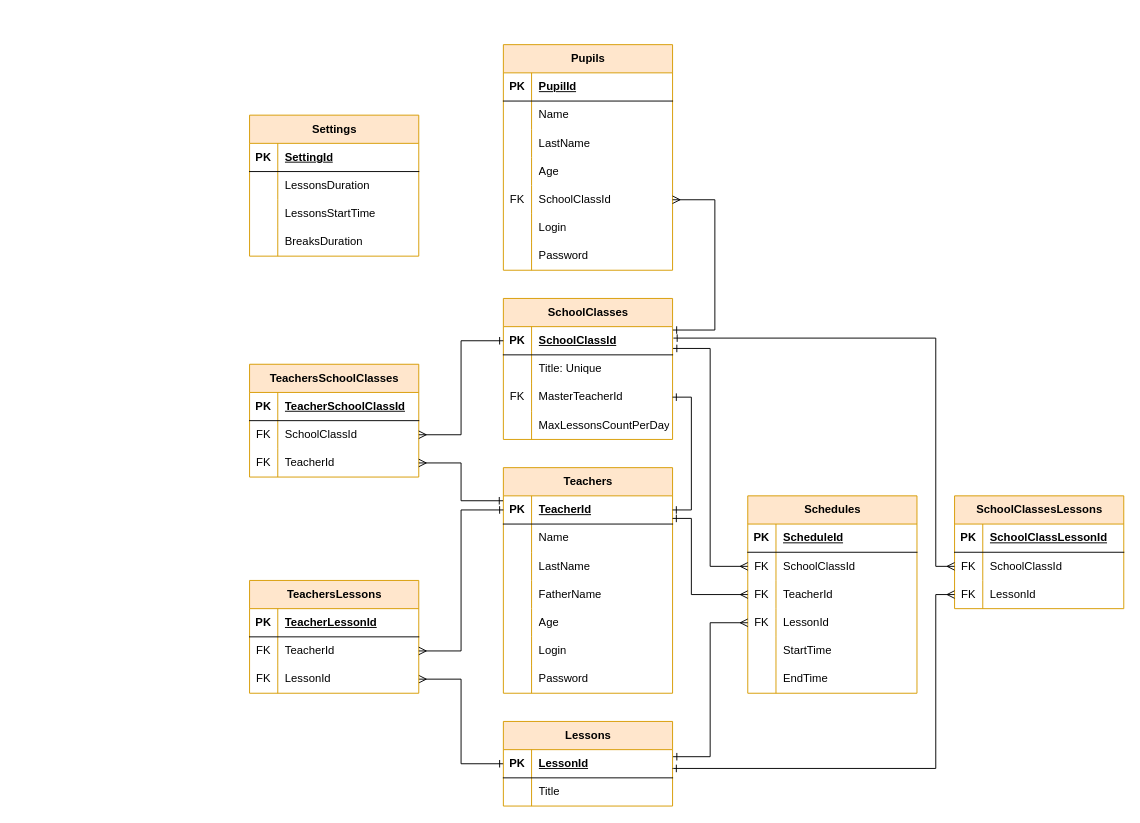
This is ESchedule/Diagrams/ER.drawio from KuleshovNikita/ESchedule, a draw.io file, before an edit. Source tidied: cells renumbered, new cells numbered last; positions are measured from the earlier drawing's top-left corner, leaving out a move shared by most shapes. Both pictures are drawn from the tidied source at 94%, with x=0, y=0 at pixel (249, 44).
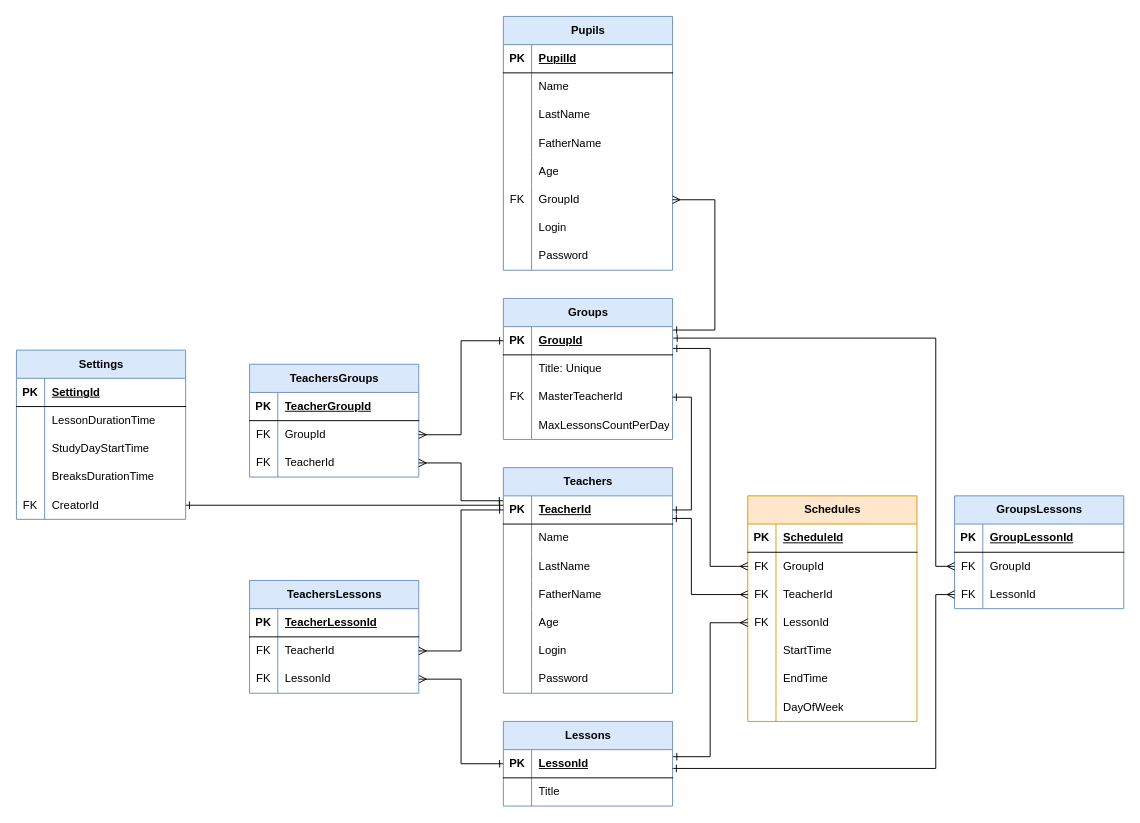
The same diagram, later.

The change refers to these unchanged cells:
```xml
<mxCell id="47" style="shape=tableRow;horizontal=0;startSize=0;swimlaneHead=0;swimlaneBody=0;fillColor=none;points=[[0,0.5],[1,0.5]];portConstraint=eastwest;top=0;left=0;right=0;bottom=1;" parent="46" vertex="1">
  <mxGeometry y="30" width="180" height="30" as="geometry" />
</mxCell>
<mxCell id="84" style="shape=tableRow;horizontal=0;startSize=0;swimlaneHead=0;swimlaneBody=0;fillColor=none;points=[[0,0.5],[1,0.5]];portConstraint=eastwest;top=0;left=0;right=0;bottom=0;" parent="80" vertex="1">
  <mxGeometry y="60" width="180" height="30" as="geometry" />
</mxCell>
<mxCell id="100" style="shape=tableRow;horizontal=0;startSize=0;swimlaneHead=0;swimlaneBody=0;fillColor=none;top=0;left=0;right=0;bottom=1;" parent="99" vertex="1">
  <mxGeometry y="30" width="180" height="30" as="geometry" />
</mxCell>
<mxCell id="103" style="shape=tableRow;horizontal=0;startSize=0;swimlaneHead=0;swimlaneBody=0;fillColor=none;points=[[0,0.5],[1,0.5]];portConstraint=eastwest;top=0;left=0;right=0;bottom=0;" parent="99" vertex="1">
  <mxGeometry y="60" width="180" height="30" as="geometry" />
</mxCell>
<mxCell id="112" style="shape=tableRow;horizontal=0;startSize=0;swimlaneHead=0;swimlaneBody=0;fillColor=none;top=0;left=0;right=0;bottom=1;" parent="111" vertex="1">
  <mxGeometry y="30" width="180" height="30" as="geometry" />
</mxCell>
<mxCell id="115" style="shape=tableRow;horizontal=0;startSize=0;swimlaneHead=0;swimlaneBody=0;fillColor=none;points=[[0,0.5],[1,0.5]];portConstraint=eastwest;top=0;left=0;right=0;bottom=0;" parent="111" vertex="1">
  <mxGeometry y="60" width="180" height="30" as="geometry" />
</mxCell>
<mxCell id="127" style="shape=tableRow;horizontal=0;startSize=0;swimlaneHead=0;swimlaneBody=0;fillColor=none;top=0;left=0;right=0;bottom=0;" parent="123" vertex="1">
  <mxGeometry y="60" width="180" height="30" as="geometry" />
</mxCell>
<mxCell id="130" style="shape=tableRow;horizontal=0;startSize=0;swimlaneHead=0;swimlaneBody=0;fillColor=none;top=0;left=0;right=0;bottom=0;" parent="123" vertex="1">
  <mxGeometry y="90" width="180" height="30" as="geometry" />
</mxCell>
<mxCell id="133" style="shape=tableRow;horizontal=0;startSize=0;swimlaneHead=0;swimlaneBody=0;fillColor=none;top=0;left=0;right=0;bottom=0;" parent="123" vertex="1">
  <mxGeometry y="120" width="180" height="30" as="geometry" />
</mxCell>
```

Change to the diagram source:
```diff
@@
-    <mxCell id="2" value="Pupils" style="shape=table;startSize=30;childLayout=tableLayout;rowLines=0;fontStyle=1;align=center;html=1;fillColor=#ffe6cc;strokeColor=#d79b00;" parent="1" vertex="1">
-      <mxGeometry x="270" width="180" height="240" as="geometry" />
+    <mxCell id="2" value="Pupils" style="shape=table;startSize=30;childLayout=tableLayout;rowLines=0;fontStyle=1;align=center;html=1;fillColor=#dae8fc;strokeColor=#6c8ebf;" parent="1" vertex="1">
+      <mxGeometry x="270" y="-30" width="180" height="270" as="geometry" />
     </mxCell>
@@
+    <mxCell id="139" style="shape=tableRow;horizontal=0;startSize=0;swimlaneHead=0;swimlaneBody=0;fillColor=none;top=0;left=0;right=0;bottom=0;" parent="2" vertex="1">
+      <mxGeometry y="120" width="180" height="30" as="geometry" />
+    </mxCell>
+    <mxCell id="140" style="shape=partialRectangle;fillColor=none;top=0;left=0;bottom=0;right=0;overflow=hidden;whiteSpace=wrap;html=1;" parent="139" vertex="1">
+      <mxGeometry width="30" height="30" as="geometry" />
+    </mxCell>
+    <mxCell id="141" value="FatherName" style="shape=partialRectangle;fillColor=none;top=0;left=0;bottom=0;right=0;align=left;spacingLeft=6;overflow=hidden;whiteSpace=wrap;html=1;" parent="139" vertex="1">
+      <mxGeometry x="30" width="150" height="30" as="geometry" />
+    </mxCell>
     <mxCell id="12" style="shape=tableRow;horizontal=0;startSize=0;swimlaneHead=0;swimlaneBody=0;fillColor=none;top=0;left=0;right=0;bottom=0;" parent="2" vertex="1">
-      <mxGeometry y="120" width="180" height="30" as="geometry" />
+      <mxGeometry y="150" width="180" height="30" as="geometry" />
     </mxCell>
@@
     <mxCell id="15" style="shape=tableRow;horizontal=0;startSize=0;swimlaneHead=0;swimlaneBody=0;fillColor=none;points=[[0,0.5],[1,0.5]];portConstraint=eastwest;top=0;left=0;right=0;bottom=0;" parent="2" vertex="1">
-      <mxGeometry y="150" width="180" height="30" as="geometry" />
+      <mxGeometry y="180" width="180" height="30" as="geometry" />
     </mxCell>
@@
-    <mxCell id="17" value="SchoolClassId" style="shape=partialRectangle;fillColor=none;top=0;left=0;bottom=0;right=0;align=left;spacingLeft=6;overflow=hidden;whiteSpace=wrap;html=1;" parent="15" vertex="1">
+    <mxCell id="17" value="GroupId" style="shape=partialRectangle;fillColor=none;top=0;left=0;bottom=0;right=0;align=left;spacingLeft=6;overflow=hidden;whiteSpace=wrap;html=1;" parent="15" vertex="1">
       <mxGeometry x="30" width="150" height="30" as="geometry" />
     </mxCell>
     <mxCell id="18" style="shape=tableRow;horizontal=0;startSize=0;swimlaneHead=0;swimlaneBody=0;fillColor=none;top=0;left=0;right=0;bottom=0;" parent="2" vertex="1">
-      <mxGeometry y="180" width="180" height="30" as="geometry" />
+      <mxGeometry y="210" width="180" height="30" as="geometry" />
     </mxCell>
@@
     <mxCell id="21" style="shape=tableRow;horizontal=0;startSize=0;swimlaneHead=0;swimlaneBody=0;fillColor=none;top=0;left=0;right=0;bottom=0;" parent="2" vertex="1">
-      <mxGeometry y="210" width="180" height="30" as="geometry" />
+      <mxGeometry y="240" width="180" height="30" as="geometry" />
     </mxCell>
@@
-    <mxCell id="24" value="Teachers" style="shape=table;startSize=30;childLayout=tableLayout;rowLines=0;fontStyle=1;align=center;html=1;fillColor=#ffe6cc;strokeColor=#d79b00;" parent="1" vertex="1">
+    <mxCell id="24" value="Teachers" style="shape=table;startSize=30;childLayout=tableLayout;rowLines=0;fontStyle=1;align=center;html=1;fillColor=#dae8fc;strokeColor=#6c8ebf;" parent="1" vertex="1">
       <mxGeometry x="270" y="450" width="180" height="240" as="geometry" />
     </mxCell>
@@
-    <mxCell id="46" value="SchoolClasses" style="shape=table;startSize=30;childLayout=tableLayout;rowLines=0;fontStyle=1;align=center;html=1;fillColor=#ffe6cc;strokeColor=#d79b00;" parent="1" vertex="1">
+    <mxCell id="46" value="Groups" style="shape=table;startSize=30;childLayout=tableLayout;rowLines=0;fontStyle=1;align=center;html=1;fillColor=#dae8fc;strokeColor=#6c8ebf;" parent="1" vertex="1">
       <mxGeometry x="270" y="270" width="180" height="150" as="geometry" />
     </mxCell>
@@
-    <mxCell id="49" value="SchoolClassId" style="shape=partialRectangle;fillColor=none;top=0;left=0;bottom=0;right=0;align=left;spacingLeft=6;fontStyle=5;overflow=hidden;whiteSpace=wrap;html=1;" parent="47" vertex="1">
+    <mxCell id="49" value="GroupId" style="shape=partialRectangle;fillColor=none;top=0;left=0;bottom=0;right=0;align=left;spacingLeft=6;fontStyle=5;overflow=hidden;whiteSpace=wrap;html=1;" parent="47" vertex="1">
       <mxGeometry x="30" width="150" height="30" as="geometry" />
     </mxCell>
@@
-    <mxCell id="60" value="Lessons" style="shape=table;startSize=30;childLayout=tableLayout;rowLines=0;fontStyle=1;align=center;html=1;fillColor=#ffe6cc;strokeColor=#d79b00;" parent="1" vertex="1">
+    <mxCell id="60" value="Lessons" style="shape=table;startSize=30;childLayout=tableLayout;rowLines=0;fontStyle=1;align=center;html=1;fillColor=#dae8fc;strokeColor=#6c8ebf;" parent="1" vertex="1">
       <mxGeometry x="270" y="720" width="180" height="90" as="geometry" />
     </mxCell>
@@
-    <mxCell id="67" value="TeachersLessons" style="shape=table;startSize=30;childLayout=tableLayout;rowLines=0;fontStyle=1;align=center;html=1;fillColor=#ffe6cc;strokeColor=#d79b00;" parent="1" vertex="1">
+    <mxCell id="67" value="TeachersLessons" style="shape=table;startSize=30;childLayout=tableLayout;rowLines=0;fontStyle=1;align=center;html=1;fillColor=#dae8fc;strokeColor=#6c8ebf;" parent="1" vertex="1">
       <mxGeometry y="570" width="180" height="120" as="geometry" />
     </mxCell>
@@
     <mxCell id="80" value="Schedules" style="shape=table;startSize=30;childLayout=tableLayout;rowLines=0;fontStyle=1;align=center;html=1;fillColor=#ffe6cc;strokeColor=#d79b00;" parent="1" vertex="1">
-      <mxGeometry x="530" y="480" width="180" height="210" as="geometry" />
+      <mxGeometry x="530" y="480" width="180" height="240" as="geometry" />
     </mxCell>
@@
-    <mxCell id="86" value="SchoolClassId" style="shape=partialRectangle;fillColor=none;top=0;left=0;bottom=0;right=0;align=left;spacingLeft=6;overflow=hidden;whiteSpace=wrap;html=1;" parent="84" vertex="1">
+    <mxCell id="86" value="GroupId" style="shape=partialRectangle;fillColor=none;top=0;left=0;bottom=0;right=0;align=left;spacingLeft=6;overflow=hidden;whiteSpace=wrap;html=1;" parent="84" vertex="1">
       <mxGeometry x="30" width="150" height="30" as="geometry" />
     </mxCell>
@@
+    <mxCell id="142" style="shape=tableRow;horizontal=0;startSize=0;swimlaneHead=0;swimlaneBody=0;fillColor=none;top=0;left=0;right=0;bottom=0;" parent="80" vertex="1">
+      <mxGeometry y="210" width="180" height="30" as="geometry" />
+    </mxCell>
+    <mxCell id="143" style="shape=partialRectangle;fillColor=none;top=0;left=0;bottom=0;right=0;overflow=hidden;whiteSpace=wrap;html=1;" parent="142" vertex="1">
+      <mxGeometry width="30" height="30" as="geometry" />
+    </mxCell>
+    <mxCell id="144" value="DayOfWeek" style="shape=partialRectangle;fillColor=none;top=0;left=0;bottom=0;right=0;align=left;spacingLeft=6;overflow=hidden;whiteSpace=wrap;html=1;" parent="142" vertex="1">
+      <mxGeometry x="30" width="150" height="30" as="geometry" />
+    </mxCell>
-    <mxCell id="99" value="TeachersSchoolClasses" style="shape=table;startSize=30;childLayout=tableLayout;rowLines=0;fontStyle=1;align=center;html=1;fillColor=#ffe6cc;strokeColor=#d79b00;" parent="1" vertex="1">
+    <mxCell id="99" value="TeachersGroups" style="shape=table;startSize=30;childLayout=tableLayout;rowLines=0;fontStyle=1;align=center;html=1;fillColor=#dae8fc;strokeColor=#6c8ebf;" parent="1" vertex="1">
       <mxGeometry y="340" width="180" height="120" as="geometry" />
     </mxCell>
@@
-    <mxCell id="102" value="TeacherSchoolClassId" style="shape=partialRectangle;fillColor=none;top=0;left=0;bottom=0;right=0;align=left;spacingLeft=6;fontStyle=5;overflow=hidden;whiteSpace=wrap;html=1;" parent="100" vertex="1">
+    <mxCell id="102" value="TeacherGroupId" style="shape=partialRectangle;fillColor=none;top=0;left=0;bottom=0;right=0;align=left;spacingLeft=6;fontStyle=5;overflow=hidden;whiteSpace=wrap;html=1;" parent="100" vertex="1">
       <mxGeometry x="30" width="150" height="30" as="geometry" />
     </mxCell>
@@
-    <mxCell id="105" value="SchoolClassId" style="shape=partialRectangle;fillColor=none;top=0;left=0;bottom=0;right=0;align=left;spacingLeft=6;overflow=hidden;whiteSpace=wrap;html=1;" parent="103" vertex="1">
+    <mxCell id="105" value="GroupId" style="shape=partialRectangle;fillColor=none;top=0;left=0;bottom=0;right=0;align=left;spacingLeft=6;overflow=hidden;whiteSpace=wrap;html=1;" parent="103" vertex="1">
       <mxGeometry x="30" width="150" height="30" as="geometry" />
     </mxCell>
@@
-    <mxCell id="111" value="SchoolClassesLessons" style="shape=table;startSize=30;childLayout=tableLayout;rowLines=0;fontStyle=1;align=center;html=1;fillColor=#ffe6cc;strokeColor=#d79b00;" parent="1" vertex="1">
+    <mxCell id="111" value="GroupsLessons" style="shape=table;startSize=30;childLayout=tableLayout;rowLines=0;fontStyle=1;align=center;html=1;fillColor=#dae8fc;strokeColor=#6c8ebf;" parent="1" vertex="1">
       <mxGeometry x="750" y="480" width="180" height="120" as="geometry" />
     </mxCell>
@@
-    <mxCell id="114" value="SchoolClassLessonId" style="shape=partialRectangle;fillColor=none;top=0;left=0;bottom=0;right=0;align=left;spacingLeft=6;fontStyle=5;overflow=hidden;whiteSpace=wrap;html=1;" parent="112" vertex="1">
+    <mxCell id="114" value="GroupLessonId" style="shape=partialRectangle;fillColor=none;top=0;left=0;bottom=0;right=0;align=left;spacingLeft=6;fontStyle=5;overflow=hidden;whiteSpace=wrap;html=1;" parent="112" vertex="1">
       <mxGeometry x="30" width="150" height="30" as="geometry" />
     </mxCell>
@@
-    <mxCell id="117" value="SchoolClassId" style="shape=partialRectangle;fillColor=none;top=0;left=0;bottom=0;right=0;align=left;spacingLeft=6;overflow=hidden;whiteSpace=wrap;html=1;" parent="115" vertex="1">
+    <mxCell id="117" value="GroupId" style="shape=partialRectangle;fillColor=none;top=0;left=0;bottom=0;right=0;align=left;spacingLeft=6;overflow=hidden;whiteSpace=wrap;html=1;" parent="115" vertex="1">
       <mxGeometry x="30" width="150" height="30" as="geometry" />
     </mxCell>
@@
+    <mxCell id="145" style="edgeStyle=orthogonalEdgeStyle;rounded=0;jettySize=auto;html=1;endArrow=ERone;endFill=0;startArrow=ERone;startFill=0;exitX=1;exitY=0.5;exitDx=0;exitDy=0;" parent="1" edge="1" source="146">
+      <mxGeometry relative="1" as="geometry">
+        <mxPoint x="270" y="490" as="targetPoint" />
+        <Array as="points">
+          <mxPoint x="-60" y="490" />
+        </Array>
+      </mxGeometry>
+    </mxCell>
-    <mxCell id="123" value="Settings" style="shape=table;startSize=30;childLayout=tableLayout;rowLines=0;fontStyle=1;align=center;html=1;fillColor=#ffe6cc;strokeColor=#d79b00;" parent="1" vertex="1">
-      <mxGeometry y="75" width="180" height="150" as="geometry" />
+    <mxCell id="123" value="Settings" style="shape=table;startSize=30;childLayout=tableLayout;rowLines=0;fontStyle=1;align=center;html=1;fillColor=#dae8fc;strokeColor=#6c8ebf;" parent="1" vertex="1">
+      <mxGeometry x="-248" y="325" width="180" height="180" as="geometry" />
     </mxCell>
@@
-    <mxCell id="129" value="LessonsDuration" style="shape=partialRectangle;fillColor=none;top=0;left=0;bottom=0;right=0;align=left;spacingLeft=6;overflow=hidden;whiteSpace=wrap;html=1;" parent="127" vertex="1">
+    <mxCell id="129" value="LessonDurationTime" style="shape=partialRectangle;fillColor=none;top=0;left=0;bottom=0;right=0;align=left;spacingLeft=6;overflow=hidden;whiteSpace=wrap;html=1;" parent="127" vertex="1">
       <mxGeometry x="30" width="150" height="30" as="geometry" />
     </mxCell>
@@
-    <mxCell id="132" value="LessonsStartTime" style="shape=partialRectangle;fillColor=none;top=0;left=0;bottom=0;right=0;align=left;spacingLeft=6;overflow=hidden;whiteSpace=wrap;html=1;" parent="130" vertex="1">
+    <mxCell id="132" value="StudyDayStartTime" style="shape=partialRectangle;fillColor=none;top=0;left=0;bottom=0;right=0;align=left;spacingLeft=6;overflow=hidden;whiteSpace=wrap;html=1;" parent="130" vertex="1">
       <mxGeometry x="30" width="150" height="30" as="geometry" />
     </mxCell>
@@
-    <mxCell id="135" value="BreaksDuration" style="shape=partialRectangle;fillColor=none;top=0;left=0;bottom=0;right=0;align=left;spacingLeft=6;overflow=hidden;whiteSpace=wrap;html=1;" parent="133" vertex="1">
+    <mxCell id="135" value="BreaksDurationTime" style="shape=partialRectangle;fillColor=none;top=0;left=0;bottom=0;right=0;align=left;spacingLeft=6;overflow=hidden;whiteSpace=wrap;html=1;" parent="133" vertex="1">
       <mxGeometry x="30" width="150" height="30" as="geometry" />
     </mxCell>
+    <mxCell id="146" style="shape=tableRow;horizontal=0;startSize=0;swimlaneHead=0;swimlaneBody=0;fillColor=none;points=[[0,0.5],[1,0.5]];portConstraint=eastwest;top=0;left=0;right=0;bottom=0;" parent="123" vertex="1">
+      <mxGeometry y="150" width="180" height="30" as="geometry" />
+    </mxCell>
+    <mxCell id="147" value="FK" style="shape=partialRectangle;fillColor=none;top=0;left=0;bottom=0;right=0;overflow=hidden;whiteSpace=wrap;html=1;" parent="146" vertex="1">
+      <mxGeometry width="30" height="30" as="geometry" />
+    </mxCell>
+    <mxCell id="148" value="CreatorId" style="shape=partialRectangle;fillColor=none;top=0;left=0;bottom=0;right=0;align=left;spacingLeft=6;overflow=hidden;whiteSpace=wrap;html=1;" parent="146" vertex="1">
+      <mxGeometry x="30" width="150" height="30" as="geometry" />
+    </mxCell>
```
